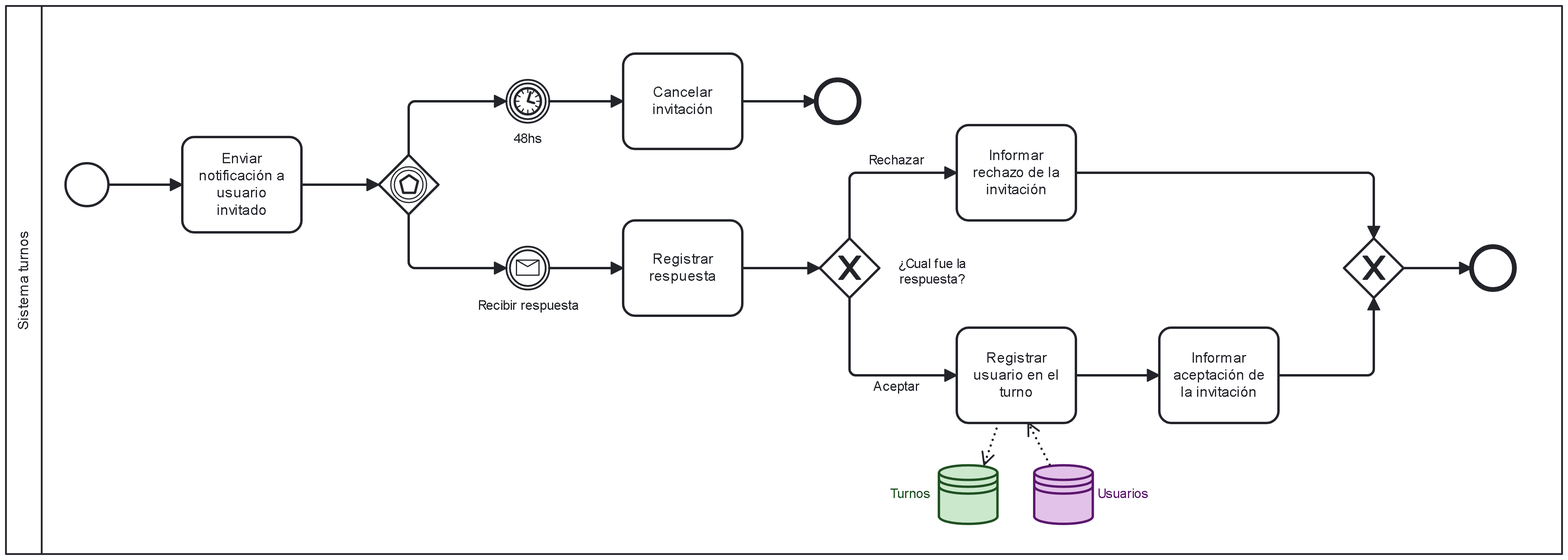
The BPMN diagram Diagramas/Registrar respuesta a invitación.png in Ulises-Araya/TP-Diseno-de-Sistemas-New, before a commit. Its source is kept beside it as Diagramas/Registrar respuesta a invitación.bpmn. Ids are renumbered.
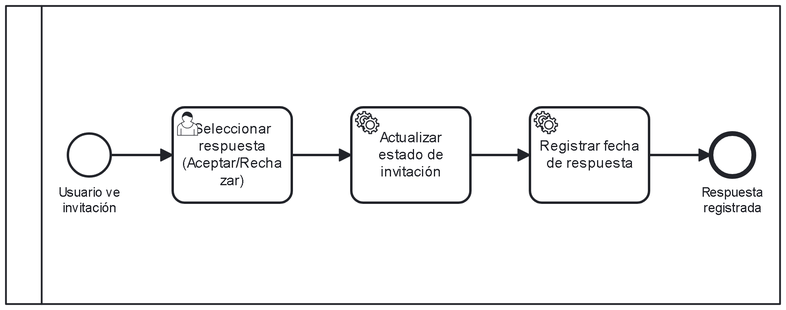
Above is the later version.

The edit, as a diff of the source:
```diff
@@ -1,241 +1,72 @@
-<bpmn:definitions xmlns:bpmn="http://www.omg.org/spec/BPMN/20100524/MODEL" xmlns:bpmndi="http://www.omg.org/spec/BPMN/20100524/DI" xmlns:dc="http://www.omg.org/spec/DD/20100524/DC" xmlns:bioc="http://bpmn.io/schema/bpmn/biocolor/1.0" xmlns:color="http://www.omg.org/spec/BPMN/non-normative/color/1.0" xmlns:di="http://www.omg.org/spec/DD/20100524/DI" xmlns:modeler="http://camunda.org/schema/modeler/1.0" id="Definitions_n1" targetNamespace="http://bpmn.io/schema/bpmn" exporter="Camunda Modeler" exporterVersion="5.34.0" modeler:executionPlatform="Camunda Platform" modeler:executionPlatformVersion="7.23.0">
-  <bpmn:collaboration id="Collaboration_n2">
-    <bpmn:participant id="Participant_n3" name="Sistema turnos" processRef="Process_n4" />
+<bpmn:definitions xmlns:bpmn="http://www.omg.org/spec/BPMN/20100524/MODEL" xmlns:bpmndi="http://www.omg.org/spec/BPMN/20100524/DI" xmlns:dc="http://www.omg.org/spec/DD/20100524/DC" xmlns:camunda="http://camunda.org/schema/1.0/bpmn" xmlns:di="http://www.omg.org/spec/DD/20100524/DI" xmlns:xsi="http://www.w3.org/2001/XMLSchema-instance" id="Definitions_1" targetNamespace="http://bpmn.io/schema/bpmn" exporter="Camunda Modeler" exporterVersion="5.34.0">
+  <bpmn:collaboration id="Collaboration_n39">
+    <bpmn:participant id="Participant_n40" processRef="RegistrarRespuestaInvitacion" />
   </bpmn:collaboration>
-  <bpmn:process id="Process_n4" isExecutable="true">
-    <bpmn:startEvent id="StartEvent_1">
-      <bpmn:outgoing>Flow_n5</bpmn:outgoing>
+  <bpmn:process id="RegistrarRespuestaInvitacion" name="Registrar Respuesta a Invitación" isExecutable="true">
+    <bpmn:startEvent id="StartEvent_1" name="Usuario ve invitación">
+      <bpmn:outgoing>Flow_1</bpmn:outgoing>
     </bpmn:startEvent>
-    <bpmn:task id="Activity_n6" name="Enviar notificación a usuario invitado">
-      <bpmn:incoming>Flow_n5</bpmn:incoming>
-      <bpmn:outgoing>Flow_n7</bpmn:outgoing>
-    </bpmn:task>
-    <bpmn:eventBasedGateway id="Gateway_n8">
-      <bpmn:incoming>Flow_n7</bpmn:incoming>
-      <bpmn:outgoing>Flow_n9</bpmn:outgoing>
-      <bpmn:outgoing>Flow_n10</bpmn:outgoing>
-    </bpmn:eventBasedGateway>
-    <bpmn:intermediateCatchEvent id="Event_n11" name="48hs">
-      <bpmn:incoming>Flow_n9</bpmn:incoming>
-      <bpmn:outgoing>Flow_n12</bpmn:outgoing>
-      <bpmn:timerEventDefinition id="TimerEventDefinition_n13" />
-    </bpmn:intermediateCatchEvent>
-    <bpmn:task id="Activity_n14" name="Cancelar invitación">
-      <bpmn:incoming>Flow_n12</bpmn:incoming>
-      <bpmn:outgoing>Flow_n15</bpmn:outgoing>
-    </bpmn:task>
-    <bpmn:intermediateCatchEvent id="Event_n16" name="Recibir respuesta">
-      <bpmn:incoming>Flow_n10</bpmn:incoming>
-      <bpmn:outgoing>Flow_n17</bpmn:outgoing>
-      <bpmn:messageEventDefinition id="MessageEventDefinition_n18" />
-    </bpmn:intermediateCatchEvent>
-    <bpmn:task id="Activity_n19" name="Registrar respuesta">
-      <bpmn:incoming>Flow_n17</bpmn:incoming>
-      <bpmn:outgoing>Flow_n20</bpmn:outgoing>
-    </bpmn:task>
-    <bpmn:task id="Activity_n21" name="Informar rechazo de la invitación">
-      <bpmn:incoming>Flow_n22</bpmn:incoming>
-      <bpmn:outgoing>Flow_n23</bpmn:outgoing>
-    </bpmn:task>
-    <bpmn:task id="Activity_n24" name="Registrar usuario en el turno">
-      <bpmn:incoming>Flow_n25</bpmn:incoming>
-      <bpmn:outgoing>Flow_n26</bpmn:outgoing>
-      <bpmn:property id="Property_n27" name="__targetRef_placeholder" />
-      <bpmn:dataInputAssociation id="DataInputAssociation_n28">
-        <bpmn:sourceRef>DataStoreReference_n29</bpmn:sourceRef>
-        <bpmn:targetRef>Property_n27</bpmn:targetRef>
-      </bpmn:dataInputAssociation>
-      <bpmn:dataOutputAssociation id="DataOutputAssociation_n30">
-        <bpmn:targetRef>DataStoreReference_n31</bpmn:targetRef>
-      </bpmn:dataOutputAssociation>
-    </bpmn:task>
-    <bpmn:exclusiveGateway id="Gateway_n32" name="¿Cual fue la respuesta?">
-      <bpmn:incoming>Flow_n20</bpmn:incoming>
-      <bpmn:outgoing>Flow_n22</bpmn:outgoing>
-      <bpmn:outgoing>Flow_n25</bpmn:outgoing>
-    </bpmn:exclusiveGateway>
-    <bpmn:dataStoreReference id="DataStoreReference_n31" name="Turnos" />
-    <bpmn:dataStoreReference id="DataStoreReference_n29" name="Usuarios" />
-    <bpmn:task id="Activity_n33" name="Informar aceptación de la invitación">
-      <bpmn:incoming>Flow_n26</bpmn:incoming>
-      <bpmn:outgoing>Flow_n34</bpmn:outgoing>
-    </bpmn:task>
-    <bpmn:exclusiveGateway id="Gateway_n35">
-      <bpmn:incoming>Flow_n23</bpmn:incoming>
-      <bpmn:incoming>Flow_n34</bpmn:incoming>
-      <bpmn:outgoing>Flow_n36</bpmn:outgoing>
-    </bpmn:exclusiveGateway>
-    <bpmn:endEvent id="Event_n37">
-      <bpmn:incoming>Flow_n36</bpmn:incoming>
+    <bpmn:userTask id="SeleccionarRespuesta" name="Seleccionar respuesta (Aceptar/Rechazar)" camunda:formKey="embedded:app:forms/responder-invitacion.html">
+      <bpmn:incoming>Flow_1</bpmn:incoming>
+      <bpmn:outgoing>Flow_2</bpmn:outgoing>
+    </bpmn:userTask>
+    <bpmn:serviceTask id="ActualizarEstadoInvitacion" name="Actualizar estado de invitación" camunda:delegateExpression="${actualizarEstadoInvitacionDelegate}">
+      <bpmn:incoming>Flow_2</bpmn:incoming>
+      <bpmn:outgoing>Flow_3</bpmn:outgoing>
+    </bpmn:serviceTask>
+    <bpmn:serviceTask id="RegistrarFechaRespuesta" name="Registrar fecha de respuesta" camunda:delegateExpression="${registrarFechaRespuestaDelegate}">
+      <bpmn:incoming>Flow_3</bpmn:incoming>
+      <bpmn:outgoing>Flow_4</bpmn:outgoing>
+    </bpmn:serviceTask>
+    <bpmn:endEvent id="EndEvent_1" name="Respuesta registrada">
+      <bpmn:incoming>Flow_4</bpmn:incoming>
     </bpmn:endEvent>
-    <bpmn:endEvent id="Event_n38">
-      <bpmn:incoming>Flow_n15</bpmn:incoming>
-    </bpmn:endEvent>
-    <bpmn:sequenceFlow id="Flow_n5" sourceRef="StartEvent_1" targetRef="Activity_n6" />
-    <bpmn:sequenceFlow id="Flow_n7" sourceRef="Activity_n6" targetRef="Gateway_n8" />
-    <bpmn:sequenceFlow id="Flow_n9" sourceRef="Gateway_n8" targetRef="Event_n11" />
-    <bpmn:sequenceFlow id="Flow_n10" sourceRef="Gateway_n8" targetRef="Event_n16" />
-    <bpmn:sequenceFlow id="Flow_n12" sourceRef="Event_n11" targetRef="Activity_n14" />
-    <bpmn:sequenceFlow id="Flow_n15" sourceRef="Activity_n14" targetRef="Event_n38" />
-    <bpmn:sequenceFlow id="Flow_n17" sourceRef="Event_n16" targetRef="Activity_n19" />
-    <bpmn:sequenceFlow id="Flow_n20" sourceRef="Activity_n19" targetRef="Gateway_n32" />
-    <bpmn:sequenceFlow id="Flow_n22" name="Rechazar" sourceRef="Gateway_n32" targetRef="Activity_n21" />
-    <bpmn:sequenceFlow id="Flow_n23" sourceRef="Activity_n21" targetRef="Gateway_n35" />
-    <bpmn:sequenceFlow id="Flow_n25" name="Aceptar" sourceRef="Gateway_n32" targetRef="Activity_n24" />
-    <bpmn:sequenceFlow id="Flow_n26" sourceRef="Activity_n24" targetRef="Activity_n33" />
-    <bpmn:sequenceFlow id="Flow_n34" sourceRef="Activity_n33" targetRef="Gateway_n35" />
-    <bpmn:sequenceFlow id="Flow_n36" sourceRef="Gateway_n35" targetRef="Event_n37" />
+    <bpmn:sequenceFlow id="Flow_1" sourceRef="StartEvent_1" targetRef="SeleccionarRespuesta" />
+    <bpmn:sequenceFlow id="Flow_2" sourceRef="SeleccionarRespuesta" targetRef="ActualizarEstadoInvitacion" />
+    <bpmn:sequenceFlow id="Flow_3" sourceRef="ActualizarEstadoInvitacion" targetRef="RegistrarFechaRespuesta" />
+    <bpmn:sequenceFlow id="Flow_4" sourceRef="RegistrarFechaRespuesta" targetRef="EndEvent_1" />
   </bpmn:process>
   <bpmndi:BPMNDiagram id="BPMNDiagram_1">
-    <bpmndi:BPMNPlane id="BPMNPlane_1" bpmnElement="Collaboration_n2">
-      <bpmndi:BPMNShape id="Participant_n3_di" bpmnElement="Participant_n3" isHorizontal="true">
-        <dc:Bounds x="132" y="80" width="1306" height="460" />
-        <bpmndi:BPMNLabel />
+    <bpmndi:BPMNPlane id="BPMNPlane_1" bpmnElement="Collaboration_n39">
+      <bpmndi:BPMNShape id="Participant_n40_di" bpmnElement="Participant_n40" isHorizontal="true">
+        <dc:Bounds x="160" y="95" width="650" height="250" />
       </bpmndi:BPMNShape>
       <bpmndi:BPMNShape id="StartEvent_1_di" bpmnElement="StartEvent_1">
-        <dc:Bounds x="182" y="212" width="36" height="36" />
-      </bpmndi:BPMNShape>
-      <bpmndi:BPMNShape id="Activity_n6_di" bpmnElement="Activity_n6">
-        <dc:Bounds x="280" y="190" width="100" height="80" />
-        <bpmndi:BPMNLabel />
-      </bpmndi:BPMNShape>
-      <bpmndi:BPMNShape id="Gateway_0dyz5o2_di" bpmnElement="Gateway_n8">
-        <dc:Bounds x="445" y="205" width="50" height="50" />
-      </bpmndi:BPMNShape>
-      <bpmndi:BPMNShape id="Event_1c6il0m_di" bpmnElement="Event_n11">
-        <dc:Bounds x="552" y="142" width="36" height="36" />
+        <dc:Bounds x="212" y="202" width="36" height="36" />
         <bpmndi:BPMNLabel>
-          <dc:Bounds x="558" y="185" width="24" height="14" />
+          <dc:Bounds x="204" y="245" width="52" height="27" />
         </bpmndi:BPMNLabel>
       </bpmndi:BPMNShape>
-      <bpmndi:BPMNShape id="Activity_n14_di" bpmnElement="Activity_n14">
-        <dc:Bounds x="650" y="120" width="100" height="80" />
-        <bpmndi:BPMNLabel />
+      <bpmndi:BPMNShape id="SeleccionarRespuesta_di" bpmnElement="SeleccionarRespuesta">
+        <dc:Bounds x="300" y="180" width="100" height="80" />
       </bpmndi:BPMNShape>
-      <bpmndi:BPMNShape id="Event_n16_di" bpmnElement="Event_n16">
-        <dc:Bounds x="552" y="282" width="36" height="36" />
+      <bpmndi:BPMNShape id="ActualizarEstadoInvitacion_di" bpmnElement="ActualizarEstadoInvitacion">
+        <dc:Bounds x="450" y="180" width="100" height="80" />
+      </bpmndi:BPMNShape>
+      <bpmndi:BPMNShape id="RegistrarFechaRespuesta_di" bpmnElement="RegistrarFechaRespuesta">
+        <dc:Bounds x="600" y="180" width="100" height="80" />
+      </bpmndi:BPMNShape>
+      <bpmndi:BPMNShape id="EndEvent_1_di" bpmnElement="EndEvent_1">
+        <dc:Bounds x="752" y="202" width="36" height="36" />
         <bpmndi:BPMNLabel>
-          <dc:Bounds x="528" y="325" width="85" height="14" />
+          <dc:Bounds x="744" y="245" width="52" height="27" />
         </bpmndi:BPMNLabel>
       </bpmndi:BPMNShape>
-      <bpmndi:BPMNShape id="Activity_n19_di" bpmnElement="Activity_n19">
-        <dc:Bounds x="650" y="260" width="100" height="80" />
-        <bpmndi:BPMNLabel />
-      </bpmndi:BPMNShape>
-      <bpmndi:BPMNShape id="Activity_n21_di" bpmnElement="Activity_n21">
-        <dc:Bounds x="930" y="180" width="100" height="80" />
-        <bpmndi:BPMNLabel />
-      </bpmndi:BPMNShape>
-      <bpmndi:BPMNShape id="Activity_n24_di" bpmnElement="Activity_n24">
-        <dc:Bounds x="930" y="350" width="100" height="80" />
-        <bpmndi:BPMNLabel />
-      </bpmndi:BPMNShape>
-      <bpmndi:BPMNShape id="Gateway_n32_di" bpmnElement="Gateway_n32" isMarkerVisible="true">
-        <dc:Bounds x="815" y="275" width="50" height="50" />
-        <bpmndi:BPMNLabel>
-          <dc:Bounds x="881" y="290" width="57" height="27" />
-        </bpmndi:BPMNLabel>
-      </bpmndi:BPMNShape>
-      <bpmndi:BPMNShape id="DataStoreReference_n31_di" bpmnElement="DataStoreReference_n31" bioc:stroke="#205022" bioc:fill="#c8e6c9" color:background-color="#c8e6c9" color:border-color="#205022">
-        <dc:Bounds x="915" y="465" width="50" height="50" />
-        <bpmndi:BPMNLabel>
-          <dc:Bounds x="874" y="483" width="34" height="14" />
-        </bpmndi:BPMNLabel>
-      </bpmndi:BPMNShape>
-      <bpmndi:BPMNShape id="DataStoreReference_n29_di" bpmnElement="DataStoreReference_n29" bioc:stroke="#5b176d" bioc:fill="#e1bee7" color:background-color="#e1bee7" color:border-color="#5b176d">
-        <dc:Bounds x="995" y="465" width="50" height="50" />
-        <bpmndi:BPMNLabel>
-          <dc:Bounds x="1048" y="483" width="43" height="14" />
-        </bpmndi:BPMNLabel>
-      </bpmndi:BPMNShape>
-      <bpmndi:BPMNShape id="Activity_n33_di" bpmnElement="Activity_n33">
-        <dc:Bounds x="1100" y="350" width="100" height="80" />
-        <bpmndi:BPMNLabel />
-      </bpmndi:BPMNShape>
-      <bpmndi:BPMNShape id="Gateway_n35_di" bpmnElement="Gateway_n35" isMarkerVisible="true">
-        <dc:Bounds x="1255" y="275" width="50" height="50" />
-      </bpmndi:BPMNShape>
-      <bpmndi:BPMNShape id="Event_n37_di" bpmnElement="Event_n37">
-        <dc:Bounds x="1362" y="282" width="36" height="36" />
-      </bpmndi:BPMNShape>
-      <bpmndi:BPMNShape id="Event_n38_di" bpmnElement="Event_n38">
-        <dc:Bounds x="812" y="142" width="36" height="36" />
-      </bpmndi:BPMNShape>
-      <bpmndi:BPMNEdge id="Flow_n5_di" bpmnElement="Flow_n5">
-        <di:waypoint x="218" y="230" />
-        <di:waypoint x="280" y="230" />
+      <bpmndi:BPMNEdge id="Flow_1_di" bpmnElement="Flow_1">
+        <di:waypoint x="248" y="220" />
+        <di:waypoint x="300" y="220" />
       </bpmndi:BPMNEdge>
-      <bpmndi:BPMNEdge id="Flow_n7_di" bpmnElement="Flow_n7">
-        <di:waypoint x="380" y="230" />
-        <di:waypoint x="445" y="230" />
+      <bpmndi:BPMNEdge id="Flow_2_di" bpmnElement="Flow_2">
+        <di:waypoint x="400" y="220" />
+        <di:waypoint x="450" y="220" />
       </bpmndi:BPMNEdge>
-      <bpmndi:BPMNEdge id="Flow_n9_di" bpmnElement="Flow_n9">
-        <di:waypoint x="470" y="205" />
-        <di:waypoint x="470" y="160" />
-        <di:waypoint x="552" y="160" />
+      <bpmndi:BPMNEdge id="Flow_3_di" bpmnElement="Flow_3">
+        <di:waypoint x="550" y="220" />
+        <di:waypoint x="600" y="220" />
       </bpmndi:BPMNEdge>
-      <bpmndi:BPMNEdge id="Flow_n10_di" bpmnElement="Flow_n10">
-        <di:waypoint x="470" y="255" />
-        <di:waypoint x="470" y="300" />
-        <di:waypoint x="552" y="300" />
-      </bpmndi:BPMNEdge>
-      <bpmndi:BPMNEdge id="Flow_n12_di" bpmnElement="Flow_n12">
-        <di:waypoint x="588" y="160" />
-        <di:waypoint x="650" y="160" />
-      </bpmndi:BPMNEdge>
-      <bpmndi:BPMNEdge id="Flow_n17_di" bpmnElement="Flow_n17">
-        <di:waypoint x="588" y="300" />
-        <di:waypoint x="650" y="300" />
-      </bpmndi:BPMNEdge>
-      <bpmndi:BPMNEdge id="Flow_n20_di" bpmnElement="Flow_n20">
-        <di:waypoint x="750" y="300" />
-        <di:waypoint x="815" y="300" />
-      </bpmndi:BPMNEdge>
-      <bpmndi:BPMNEdge id="Flow_n22_di" bpmnElement="Flow_n22">
-        <di:waypoint x="840" y="275" />
-        <di:waypoint x="840" y="220" />
-        <di:waypoint x="930" y="220" />
-        <bpmndi:BPMNLabel>
-          <dc:Bounds x="856" y="203" width="47" height="14" />
-        </bpmndi:BPMNLabel>
-      </bpmndi:BPMNEdge>
-      <bpmndi:BPMNEdge id="Flow_n23_di" bpmnElement="Flow_n23">
-        <di:waypoint x="1030" y="220" />
-        <di:waypoint x="1280" y="220" />
-        <di:waypoint x="1280" y="275" />
-      </bpmndi:BPMNEdge>
-      <bpmndi:BPMNEdge id="Flow_n25_di" bpmnElement="Flow_n25">
-        <di:waypoint x="840" y="325" />
-        <di:waypoint x="840" y="390" />
-        <di:waypoint x="930" y="390" />
-        <bpmndi:BPMNLabel>
-          <dc:Bounds x="860" y="393" width="39" height="14" />
-        </bpmndi:BPMNLabel>
-      </bpmndi:BPMNEdge>
-      <bpmndi:BPMNEdge id="Flow_n26_di" bpmnElement="Flow_n26">
-        <di:waypoint x="1030" y="390" />
-        <di:waypoint x="1100" y="390" />
-      </bpmndi:BPMNEdge>
-      <bpmndi:BPMNEdge id="Flow_n34_di" bpmnElement="Flow_n34">
-        <di:waypoint x="1200" y="390" />
-        <di:waypoint x="1280" y="390" />
-        <di:waypoint x="1280" y="325" />
-      </bpmndi:BPMNEdge>
-      <bpmndi:BPMNEdge id="Flow_n36_di" bpmnElement="Flow_n36">
-        <di:waypoint x="1305" y="300" />
-        <di:waypoint x="1362" y="300" />
-      </bpmndi:BPMNEdge>
-      <bpmndi:BPMNEdge id="Flow_n15_di" bpmnElement="Flow_n15">
-        <di:waypoint x="750" y="160" />
-        <di:waypoint x="812" y="160" />
-      </bpmndi:BPMNEdge>
-      <bpmndi:BPMNEdge id="DataInputAssociation_n28_di" bpmnElement="DataInputAssociation_n28">
-        <di:waypoint x="1008" y="465" />
-        <di:waypoint x="990" y="430" />
-      </bpmndi:BPMNEdge>
-      <bpmndi:BPMNEdge id="DataOutputAssociation_n30_di" bpmnElement="DataOutputAssociation_n30">
-        <di:waypoint x="965" y="430" />
-        <di:waypoint x="953" y="465" />
+      <bpmndi:BPMNEdge id="Flow_4_di" bpmnElement="Flow_4">
+        <di:waypoint x="700" y="220" />
+        <di:waypoint x="752" y="220" />
       </bpmndi:BPMNEdge>
     </bpmndi:BPMNPlane>
   </bpmndi:BPMNDiagram>
```
